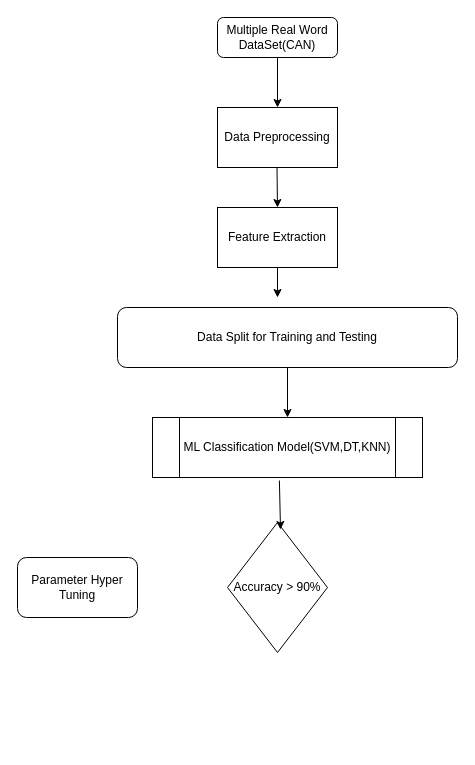
The draw.io diagram Untitled Diagram.drawio in manujo-varghese/100-days-of-Javascript, before the edit. Source tidied: cells renumbered, new cells numbered last; positions are measured from the earlier drawing's top-left corner, leaving out a move shared by most shapes. Both pictures are drawn from the tidied source at 100%, with x=0, y=0 at pixel (17, 17).
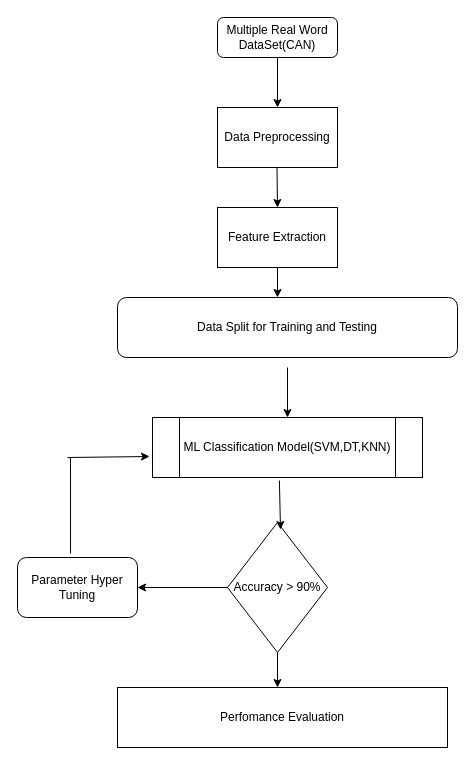
The same diagram, later.

Unchanged cells that the change refers to:
```xml
<mxCell id="9" value="ML Classification Model(SVM,DT,KNN)" style="shape=process;whiteSpace=wrap;html=1;backgroundOutline=1;" parent="1" vertex="1">
  <mxGeometry x="135" y="400" width="270" height="60" as="geometry" />
</mxCell>
<mxCell id="11" value="Accuracy &amp;gt; 90%" style="rhombus;whiteSpace=wrap;html=1;" parent="1" vertex="1">
  <mxGeometry x="210" y="505" width="100" height="130" as="geometry" />
</mxCell>
<mxCell id="13" value="Parameter Hyper Tuning" style="rounded=1;whiteSpace=wrap;html=1;" parent="1" vertex="1">
  <mxGeometry y="540" width="120" height="60" as="geometry" />
</mxCell>
```

The edit, as a diff of the source:
```diff
@@
     <mxCell id="7" value="Data Split for Training and Testing" style="rounded=1;whiteSpace=wrap;html=1;" parent="1" vertex="1">
-      <mxGeometry x="100" y="290" width="340" height="60" as="geometry" />
+      <mxGeometry x="100" y="280" width="340" height="60" as="geometry" />
     </mxCell>
@@
+    <mxCell id="14" style="endArrow=classic;html=1;rounded=0;exitX=0;exitY=0.5;exitDx=0;exitDy=0;entryX=1;entryY=0.5;entryDx=0;entryDy=0;" parent="1" edge="1" source="11" target="13">
+      <mxGeometry relative="1" as="geometry" />
+    </mxCell>
+    <mxCell id="15" style="endArrow=classic;html=1;rounded=0;entryX=-0.011;entryY=0.65;entryDx=0;entryDy=0;entryPerimeter=0;" parent="1" edge="1" target="9">
+      <mxGeometry relative="1" as="geometry">
+        <mxPoint x="50" y="440" as="sourcePoint" />
+      </mxGeometry>
+    </mxCell>
+    <mxCell id="16" style="endArrow=none;html=1;rounded=0;exitX=0.442;exitY=-0.067;exitDx=0;exitDy=0;exitPerimeter=0;" parent="1" edge="1" source="13">
+      <mxGeometry relative="1" as="geometry">
+        <mxPoint x="53" y="440" as="targetPoint" />
+      </mxGeometry>
+    </mxCell>
+    <mxCell id="17" value="Perfomance Evaluation" style="rounded=0;whiteSpace=wrap;html=1;" parent="1" vertex="1">
+      <mxGeometry x="100" y="670" width="330" height="60" as="geometry" />
+    </mxCell>
+    <mxCell id="18" style="endArrow=classic;html=1;rounded=0;exitX=0.5;exitY=1;exitDx=0;exitDy=0;" parent="1" edge="1" source="11">
+      <mxGeometry relative="1" as="geometry">
+        <mxPoint x="260" y="670" as="targetPoint" />
+      </mxGeometry>
+    </mxCell>
```
